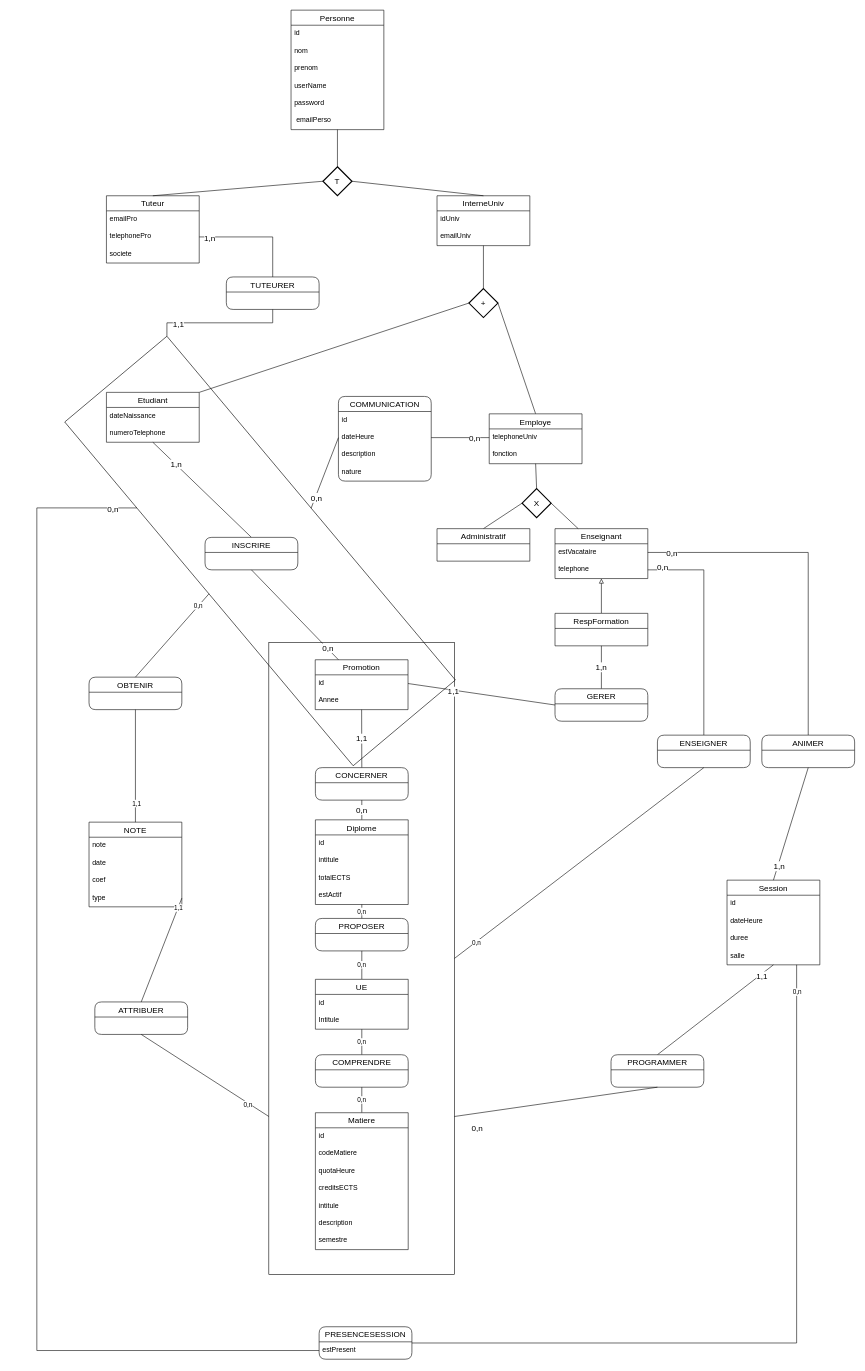
Before: mcd_dne_v2.drawio in AcLabM1/DNE-Documentation, a draw.io diagram. Source tidied: cells renumbered, new cells numbered last; positions are measured from the earlier drawing's top-left corner, leaving out a move shared by most shapes. Both pictures are drawn from the tidied source at 58%, with x=0, y=0 at pixel (35, 10).
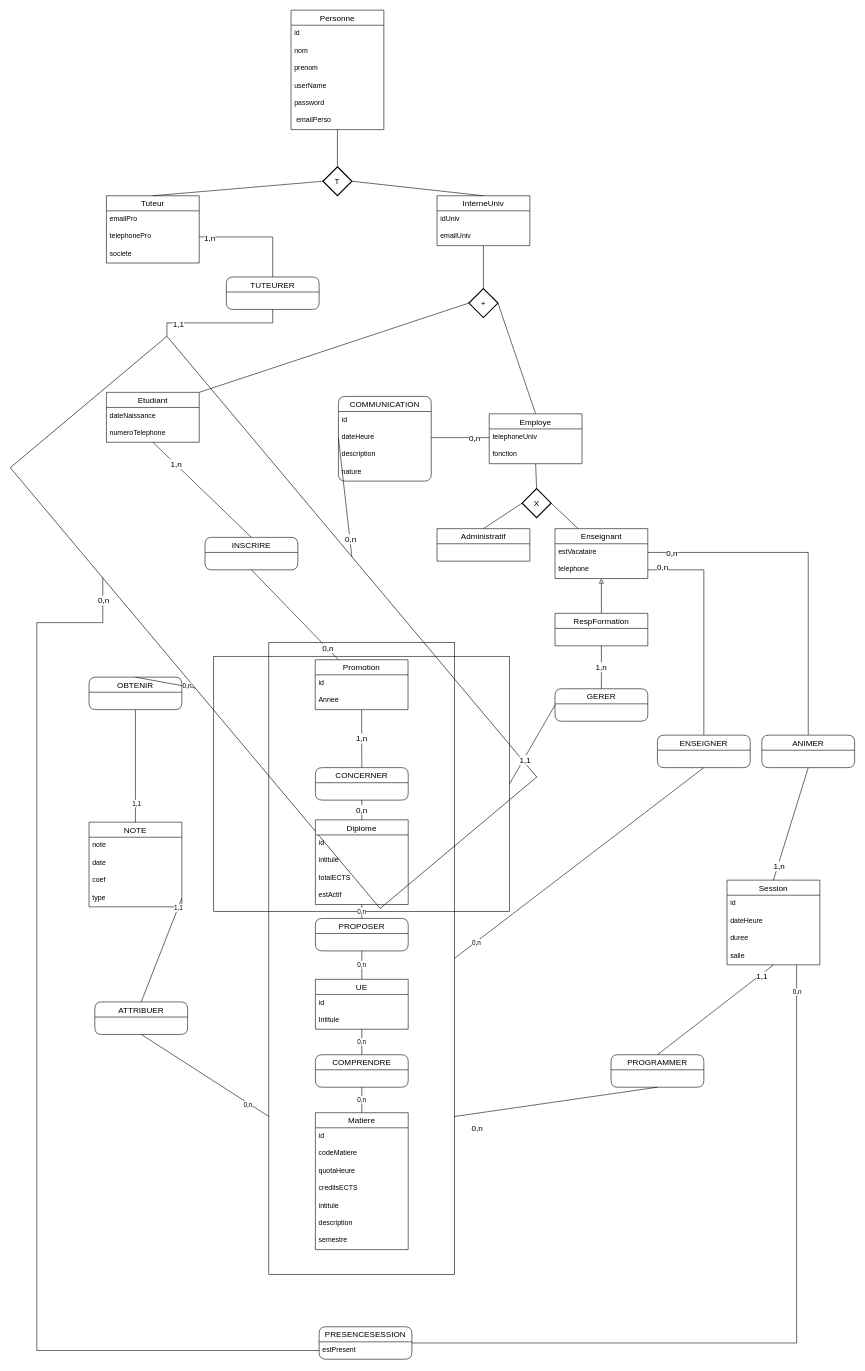
After the change.

Commit message:
maj mcd

The change refers to these unchanged cells:
```xml
<mxCell id="72" value="Promotion" style="swimlane;fontStyle=0;horizontal=1;startSize=26;align=center;fontSize=14;" parent="1" vertex="1">
  <mxGeometry x="482" y="1120" width="160" height="86" as="geometry" />
</mxCell>
<mxCell id="73" value="id" style="text;strokeColor=none;fillColor=none;spacingLeft=4;spacingRight=4;overflow=hidden;points=[[0,0.5],[1,0.5]];portConstraint=eastwest;fontSize=12;" parent="72" vertex="1">
  <mxGeometry y="26" width="160" height="30" as="geometry" />
</mxCell>
<mxCell id="76" value="CONCERNER" style="swimlane;fontStyle=0;horizontal=1;startSize=26;align=center;fontSize=14;rounded=1;" parent="1" vertex="1">
  <mxGeometry x="482.3" y="1306" width="160" height="56" as="geometry" />
</mxCell>
<mxCell id="84" value="GERER" style="swimlane;fontStyle=0;horizontal=1;startSize=26;align=center;fontSize=14;rounded=1;" parent="1" vertex="1">
  <mxGeometry x="895.4" y="1170" width="160" height="56" as="geometry" />
</mxCell>
<mxCell id="109" value="estPresent" style="text;strokeColor=none;fillColor=none;spacingLeft=4;spacingRight=4;overflow=hidden;points=[[0,0.5],[1,0.5]];portConstraint=eastwest;fontSize=12;" parent="108" vertex="1">
  <mxGeometry y="26" width="160" height="30" as="geometry" />
</mxCell>
```

Change to the diagram source:
```diff
@@
+    <mxCell id="134" style="rounded=0;whiteSpace=wrap;html=1;fillColor=none;" parent="1" vertex="1">
+      <mxGeometry x="307" y="1114" width="510" height="440" as="geometry" />
+    </mxCell>
@@
     <mxCell id="5" style="rounded=0;whiteSpace=wrap;html=1;startSize=26;fontSize=14;rotation=50;fillColor=none;" parent="1" vertex="1">
-      <mxGeometry y="817.5" width="773.7" height="230" as="geometry" />
+      <mxGeometry x="-85.9" y="879.3" width="992" height="352.5" as="geometry" />
     </mxCell>
@@
-    <mxCell id="75" value="1,1" style="edgeStyle=none;rounded=0;jettySize=auto;html=1;exitX=0.5;exitY=0;exitDx=0;exitDy=0;entryX=0.5;entryY=1;entryDx=0;entryDy=0;startSize=26;endArrow=none;endFill=0;fontSize=14;" parent="1" edge="1" source="76" target="72">
+    <mxCell id="75" value="1,n" style="edgeStyle=none;rounded=0;jettySize=auto;html=1;exitX=0.5;exitY=0;exitDx=0;exitDy=0;entryX=0.5;entryY=1;entryDx=0;entryDy=0;startSize=26;endArrow=none;endFill=0;fontSize=14;" parent="1" edge="1" source="76" target="72">
       <mxGeometry relative="1" as="geometry" />
     </mxCell>
@@
-    <mxCell id="82" style="edgeStyle=none;rounded=0;jettySize=auto;html=1;exitX=0;exitY=0.5;exitDx=0;exitDy=0;entryX=1;entryY=0.5;entryDx=0;entryDy=0;startSize=26;endArrow=none;endFill=0;fontSize=14;" parent="1" edge="1" source="84" target="73">
+    <mxCell id="82" style="edgeStyle=none;rounded=0;jettySize=auto;html=1;exitX=0;exitY=0.5;exitDx=0;exitDy=0;entryX=1;entryY=0.5;entryDx=0;entryDy=0;startSize=26;endArrow=none;endFill=0;fontSize=14;" parent="1" edge="1" source="84" target="134">
       <mxGeometry relative="1" as="geometry" />
     </mxCell>
@@
     <mxCell id="110" style="edgeStyle=orthogonalEdgeStyle;rounded=0;jettySize=auto;html=1;exitX=0.25;exitY=1;exitDx=0;exitDy=0;entryX=0;entryY=0.5;entryDx=0;entryDy=0;startSize=26;endArrow=none;endFill=0;fontSize=14;" parent="1" edge="1" source="5" target="109">
       <mxGeometry relative="1" as="geometry">
         <Array as="points">
-          <mxPoint x="2" y="858" />
+          <mxPoint x="116" y="1056" />
+          <mxPoint x="2" y="1056" />
           <mxPoint x="2" y="2311" />
         </Array>
       </mxGeometry>
     </mxCell>
```
